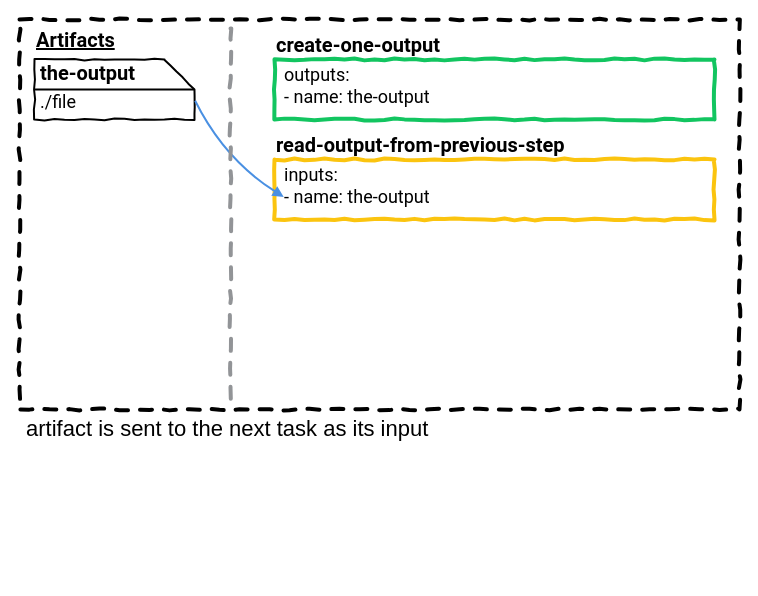
Above: page "03" (3 of 5) of tasks-inputs-101/diagrams/example-three/example-three.drawio in taylorsilva/posts (draw.io), before the change. Source tidied: cells renumbered, new cells numbered last; positions are measured from the earlier drawing's top-left corner, leaving out a move shared by most shapes. Both pictures are drawn from the tidied source at 100%, with x=0, y=0 at pixel (19, 19).
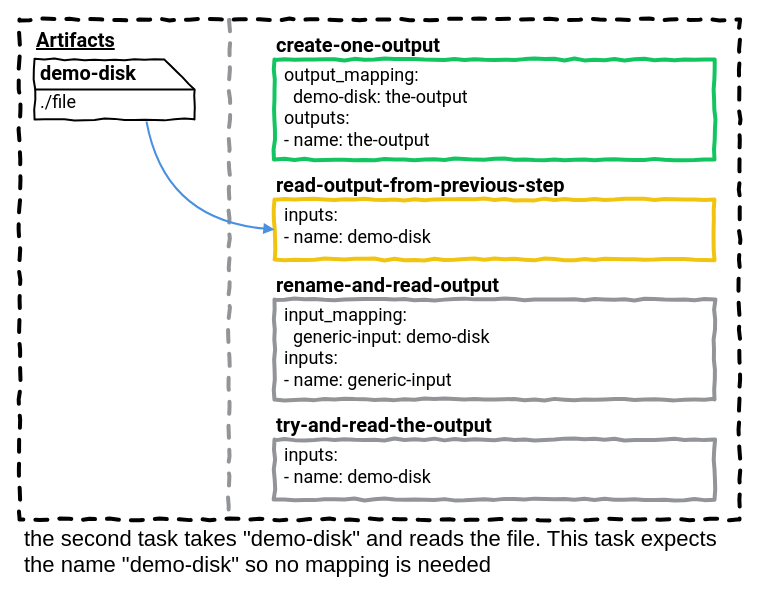
The same page after the edit.

The change refers to these unchanged cells:
```xml
<mxCell id="6" style="shape=card;whiteSpace=wrap;html=1;comic=1;strokeWidth=2;fillColor=none;direction=south;" parent="5" vertex="1">
  <mxGeometry width="160" height="60" as="geometry" />
</mxCell>
```

The edit, as a diff of the source:
```diff
@@
-    <mxCell id="0" />
-    <mxCell id="1" parent="0" />
-    <mxCell id="2" style="whiteSpace=wrap;html=1;dashed=1;strokeWidth=4;comic=1;fillColor=none;spacing=2;" parent="1" vertex="1">
-      <mxGeometry width="720" height="390" as="geometry" />
-    </mxCell>
-    <mxCell id="3" value="artifact is sent to the next task as its input" style="text;html=1;strokeColor=none;fillColor=none;align=left;verticalAlign=middle;whiteSpace=wrap;rounded=0;comic=1;fontFamily=Patrick Hand;FType=g;fontSize=22;" parent="1" vertex="1">
-      <mxGeometry x="5" y="390" width="710" height="40" as="geometry" />
-    </mxCell>
+    <mxCell id="18" />
+    <mxCell id="19" parent="18" />
+    <mxCell id="20" style="whiteSpace=wrap;html=1;dashed=1;strokeWidth=4;comic=1;fillColor=none;spacing=2;" parent="19" vertex="1">
+      <mxGeometry width="720" height="500" as="geometry" />
+    </mxCell>
+    <mxCell id="21" value="the second task takes &quot;demo-disk&quot; and reads the file. This task expects the name &quot;demo-disk&quot; so no mapping is needed" style="text;html=1;strokeColor=none;fillColor=none;align=left;verticalAlign=top;whiteSpace=wrap;rounded=0;comic=1;fontFamily=Patrick Hand;FType=g;fontSize=22;" parent="19" vertex="1">
+      <mxGeometry x="3" y="500" width="715" height="60" as="geometry" />
+    </mxCell>
+    <mxCell id="22" style="group;comic=0;" parent="19" vertex="1">
+      <mxGeometry x="255" y="40" width="440" height="100" as="geometry" />
+    </mxCell>
+    <mxCell id="11" value="&lt;b&gt;create-one-output&lt;br&gt;&lt;/b&gt;" style="rounded=0;whiteSpace=wrap;html=1;comic=1;strokeWidth=4;fillColor=none;fontFamily=Roboto;fontSize=20;align=left;labelPosition=center;verticalLabelPosition=top;verticalAlign=bottom;strokeColor=#12c560;fontColor=#000000;" parent="22" vertex="1">
+      <mxGeometry width="440" height="100" as="geometry" />
+    </mxCell>
+    <mxCell id="23" value="output_mapping:&lt;br&gt;&amp;nbsp; demo-disk: the-output&lt;br&gt;outputs:&lt;br&gt;- name: the-output" style="text;strokeColor=none;fillColor=none;align=left;verticalAlign=top;rounded=0;comic=1;fontFamily=Roboto;fontSize=18;spacing=0;labelPosition=center;verticalLabelPosition=middle;html=1;" parent="22" vertex="1">
+      <mxGeometry x="10" width="190" height="100" as="geometry" />
+    </mxCell>
+    <mxCell id="24" style="group;" parent="19" vertex="1">
+      <mxGeometry x="255" y="180" width="440" height="60" as="geometry" />
+    </mxCell>
+    <mxCell id="14" value="&lt;b&gt;read-output-from-previous-step&lt;br&gt;&lt;/b&gt;" style="rounded=0;whiteSpace=wrap;html=1;comic=1;strokeWidth=4;fillColor=none;fontFamily=Roboto;fontSize=20;align=left;labelPosition=center;verticalLabelPosition=top;verticalAlign=bottom;strokeColor=#f1c40f;fontColor=#000000;" parent="24" vertex="1">
+      <mxGeometry width="440" height="60" as="geometry" />
+    </mxCell>
+    <mxCell id="25" value="inputs:&lt;br&gt;- name: demo-disk" style="text;strokeColor=none;fillColor=none;align=left;verticalAlign=top;rounded=0;comic=1;fontFamily=Roboto;fontSize=18;spacing=0;labelPosition=center;verticalLabelPosition=middle;html=1;" parent="24" vertex="1">
+      <mxGeometry x="10" width="190" height="60" as="geometry" />
+    </mxCell>
-    <mxCell id="4" value="Artifacts" style="text;html=1;strokeColor=none;fillColor=none;align=left;verticalAlign=middle;whiteSpace=wrap;rounded=0;comic=1;fontStyle=5;fontFamily=Roboto;FType=g;fontSize=20;" parent="1" vertex="1">
+    <mxCell id="4" value="Artifacts" style="text;html=1;strokeColor=none;fillColor=none;align=left;verticalAlign=middle;whiteSpace=wrap;rounded=0;comic=1;fontStyle=5;fontFamily=Roboto;FType=g;fontSize=20;" parent="19" vertex="1">
       <mxGeometry x="15" y="10" width="90" height="20" as="geometry" />
     </mxCell>
+    <mxCell id="26" style="endArrow=none;dashed=1;html=1;strokeWidth=4;comic=1;anchorPointDirection=0;exitX=0.292;exitY=0.001;exitDx=0;exitDy=0;exitPerimeter=0;strokeColor=#929497;entryX=0.288;entryY=-0.058;entryDx=0;entryDy=0;entryPerimeter=0;" parent="19" edge="1" source="20" target="21">
+      <mxGeometry relative="1" as="geometry" />
+    </mxCell>
+    <mxCell id="27" style="group;" parent="19" vertex="1">
+      <mxGeometry x="255" y="280" width="440" height="100" as="geometry" />
+    </mxCell>
+    <mxCell id="28" value="&lt;b&gt;rename-and-read-output&lt;br&gt;&lt;/b&gt;" style="rounded=0;whiteSpace=wrap;html=1;comic=1;strokeWidth=4;fillColor=none;fontFamily=Roboto;fontSize=20;align=left;labelPosition=center;verticalLabelPosition=top;verticalAlign=bottom;strokeColor=#929497;" parent="27" vertex="1">
+      <mxGeometry width="440" height="100" as="geometry" />
+    </mxCell>
+    <mxCell id="29" value="input_mapping:&lt;br&gt;&amp;nbsp; generic-input: demo-disk&lt;br&gt;inputs:&lt;br&gt;- name: generic-input" style="text;strokeColor=none;fillColor=none;align=left;verticalAlign=top;rounded=0;comic=1;fontFamily=Roboto;fontSize=18;spacing=0;labelPosition=center;verticalLabelPosition=middle;html=1;" parent="27" vertex="1">
+      <mxGeometry x="10" width="190" height="100" as="geometry" />
+    </mxCell>
+    <mxCell id="30" style="group;" parent="19" vertex="1">
+      <mxGeometry x="255" y="420" width="440" height="60" as="geometry" />
+    </mxCell>
+    <mxCell id="31" value="&lt;b&gt;try-and-read-the-output&lt;br&gt;&lt;/b&gt;" style="rounded=0;whiteSpace=wrap;html=1;comic=1;strokeWidth=4;fillColor=none;fontFamily=Roboto;fontSize=20;align=left;labelPosition=center;verticalLabelPosition=top;verticalAlign=bottom;strokeColor=#929497;" parent="30" vertex="1">
+      <mxGeometry width="440" height="60" as="geometry" />
+    </mxCell>
+    <mxCell id="32" value="inputs:&lt;br&gt;- name: demo-disk" style="text;strokeColor=none;fillColor=none;align=left;verticalAlign=top;rounded=0;comic=1;fontFamily=Roboto;fontSize=18;spacing=0;labelPosition=center;verticalLabelPosition=middle;html=1;" parent="30" vertex="1">
+      <mxGeometry x="10" width="190" height="60" as="geometry" />
+    </mxCell>
-    <mxCell id="5" style="group;" parent="1" vertex="1">
+    <mxCell id="5" style="group;" parent="19" vertex="1">
       <mxGeometry x="15" y="40" width="160" height="130" as="geometry" />
     </mxCell>
@@
-    <mxCell id="7" value="the-output" style="text;html=1;strokeColor=none;fillColor=none;align=left;verticalAlign=middle;whiteSpace=wrap;rounded=0;comic=1;fontFamily=Roboto;fontSize=20;fontStyle=1;" parent="5" vertex="1">
-      <mxGeometry x="4" y="3" width="126" height="20" as="geometry" />
-    </mxCell>
+    <mxCell id="33" value="demo-disk" style="text;html=1;strokeColor=none;fillColor=none;align=left;verticalAlign=middle;whiteSpace=wrap;rounded=0;comic=1;fontFamily=Roboto;fontSize=20;fontStyle=1;" parent="5" vertex="1">
+      <mxGeometry x="4" y="3" width="126" height="20" as="geometry" />
+    </mxCell>
@@
-    <mxCell id="9" style="endArrow=none;html=1;strokeColor=#000000;strokeWidth=2;fontFamily=Roboto;fontSize=18;exitX=0.5;exitY=1;exitDx=0;exitDy=0;exitPerimeter=0;anchorPointDirection=0;" parent="5" edge="1" source="6">
-      <mxGeometry relative="1" as="geometry">
-        <mxPoint x="160" y="30" as="targetPoint" />
-      </mxGeometry>
-    </mxCell>
-    <mxCell id="10" style="group;comic=0;" parent="1" vertex="1">
-      <mxGeometry x="255" y="40" width="440" height="60" as="geometry" />
-    </mxCell>
-    <mxCell id="11" value="&lt;b&gt;create-one-output&lt;br&gt;&lt;/b&gt;" style="rounded=0;whiteSpace=wrap;html=1;comic=1;strokeWidth=4;fillColor=none;fontFamily=Roboto;fontSize=20;align=left;labelPosition=center;verticalLabelPosition=top;verticalAlign=bottom;strokeColor=#12C560;" parent="10" vertex="1">
-      <mxGeometry width="440" height="60" as="geometry" />
-    </mxCell>
-    <mxCell id="12" value="outputs:&lt;br&gt;- name: the-output" style="text;strokeColor=none;fillColor=none;align=left;verticalAlign=top;rounded=0;comic=1;fontFamily=Roboto;fontSize=18;spacing=0;labelPosition=center;verticalLabelPosition=middle;html=1;" parent="10" vertex="1">
-      <mxGeometry x="10" width="220" height="60" as="geometry" />
-    </mxCell>
-    <mxCell id="13" style="group;" parent="1" vertex="1">
-      <mxGeometry x="255" y="140" width="440" height="60" as="geometry" />
-    </mxCell>
-    <mxCell id="14" value="&lt;b&gt;read-output-from-previous-step&lt;br&gt;&lt;/b&gt;" style="rounded=0;whiteSpace=wrap;html=1;comic=1;strokeWidth=4;fillColor=none;fontFamily=Roboto;fontSize=20;align=left;labelPosition=center;verticalLabelPosition=top;verticalAlign=bottom;strokeColor=#FBC40F;" parent="13" vertex="1">
-      <mxGeometry width="440" height="60" as="geometry" />
-    </mxCell>
-    <mxCell id="15" value="inputs:&lt;br&gt;- name: the-output" style="text;strokeColor=none;fillColor=none;align=left;verticalAlign=top;rounded=0;comic=1;fontFamily=Roboto;fontSize=18;spacing=0;labelPosition=center;verticalLabelPosition=middle;html=1;" parent="13" vertex="1">
-      <mxGeometry x="10" width="250" height="60" as="geometry" />
-    </mxCell>
-    <mxCell id="16" style="endArrow=block;html=1;strokeColor=#4A90E2;strokeWidth=2;fontFamily=Roboto;fontSize=20;entryX=-0.003;entryY=0.624;entryDx=0;entryDy=0;entryPerimeter=0;exitX=0.688;exitY=-0.004;exitDx=0;exitDy=0;exitPerimeter=0;startArrow=none;startFill=0;comic=0;endFill=1;curved=1;" parent="1" edge="1" source="6" target="15">
-      <mxGeometry relative="1" as="geometry">
-        <Array as="points">
-          <mxPoint x="205" y="140" />
-        </Array>
-      </mxGeometry>
-    </mxCell>
-    <mxCell id="17" style="endArrow=none;dashed=1;html=1;strokeWidth=4;comic=1;anchorPointDirection=0;exitX=0.293;exitY=0;exitDx=0;exitDy=0;exitPerimeter=0;strokeColor=#929497;" parent="1" edge="1">
-      <mxGeometry relative="1" as="geometry">
-        <mxPoint x="211" y="9" as="sourcePoint" />
-        <mxPoint x="211" y="389" as="targetPoint" />
-      </mxGeometry>
-    </mxCell>
+    <mxCell id="34" style="endArrow=none;html=1;strokeColor=#000000;strokeWidth=2;fontFamily=Roboto;fontSize=18;exitX=0.5;exitY=1;exitDx=0;exitDy=0;exitPerimeter=0;anchorPointDirection=0;" parent="5" edge="1" source="6">
+      <mxGeometry relative="1" as="geometry">
+        <mxPoint x="160" y="30" as="targetPoint" />
+      </mxGeometry>
+    </mxCell>
+    <mxCell id="35" style="endArrow=none;html=1;strokeColor=#4A90E2;strokeWidth=2;fontFamily=Roboto;fontSize=20;entryX=1.033;entryY=0.3;entryDx=0;entryDy=0;entryPerimeter=0;exitX=0;exitY=0.5;exitDx=0;exitDy=0;startArrow=block;startFill=1;comic=0;curved=1;" parent="19" edge="1" source="14" target="6">
+      <mxGeometry relative="1" as="geometry">
+        <Array as="points">
+          <mxPoint x="145" y="200" />
+        </Array>
+      </mxGeometry>
+    </mxCell>
```
